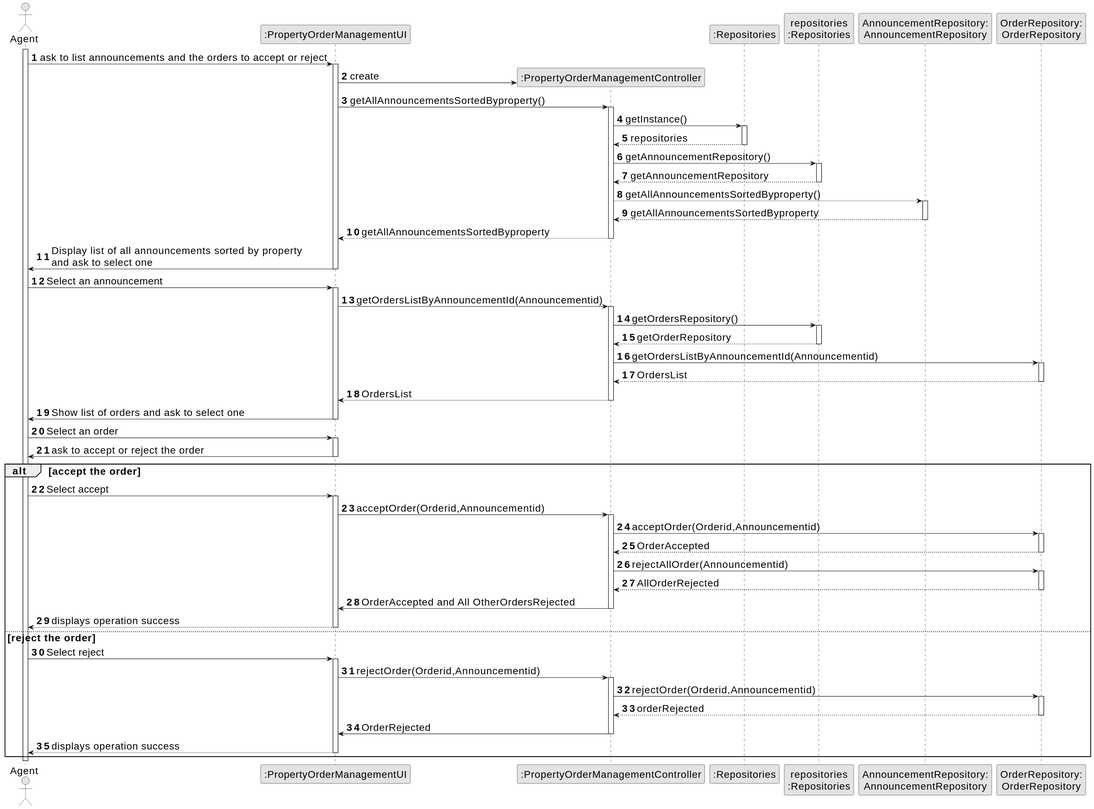
Earlier version of the PlantUML export docs/sprintC/us011/03.design/svg/us011-sequence-diagram-full.svg (Goncalves2525/real-estate-management-system).
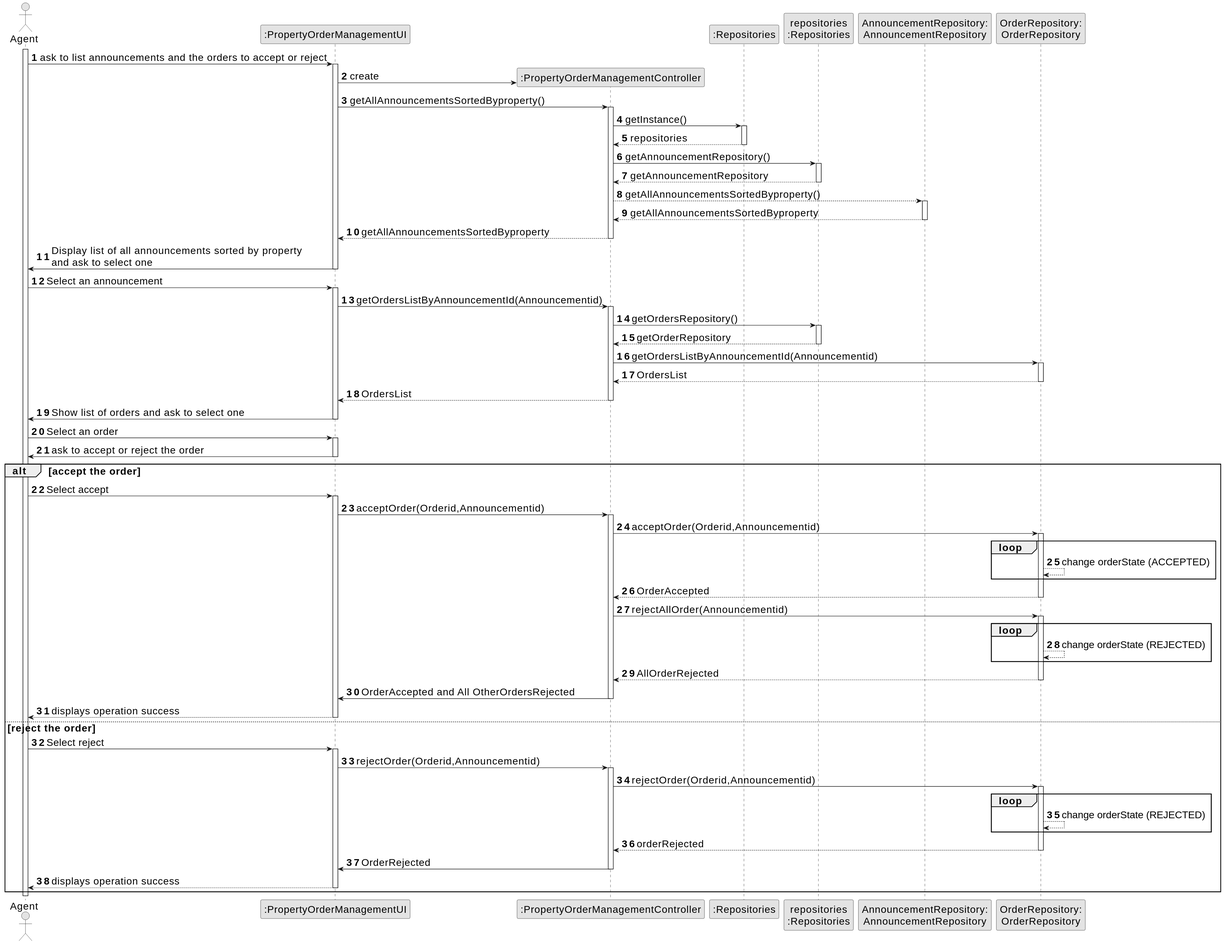
After the change.

Diff of the diagram source:
```diff
@@ -88,11 +88,17 @@
     CTRL -> OrderRepository : acceptOrder(Orderid,Announcementid)
     activate OrderRepository
 
+    loop
+    OrderRepository-->OrderRepository: change orderState (ACCEPTED)
+    end
     OrderRepository --> CTRL : OrderAccepted
     deactivate OrderRepository
 
     CTRL -> OrderRepository : rejectAllOrder(Announcementid)
     activate OrderRepository
+    loop
+    OrderRepository-->OrderRepository: change orderState (REJECTED)
+    end
 
     OrderRepository --> CTRL : AllOrderRejected
     deactivate OrderRepository
@@ -101,11 +107,11 @@
     deactivate
 
     UI --> AGENT : displays operation success
-deactivate
+    deactivate
 
 else reject the order
 
-AGENT -> UI : Select reject
+    AGENT -> UI : Select reject
     activate UI
 
     UI -> CTRL : rejectOrder(Orderid,Announcementid)
@@ -113,6 +119,10 @@
 
     CTRL -> OrderRepository : rejectOrder(Orderid,Announcementid)
     activate OrderRepository
+
+   loop
+   OrderRepository-->OrderRepository: change orderState (REJECTED)
+   end
 
     OrderRepository --> CTRL : orderRejected
     deactivate OrderRepository
```
